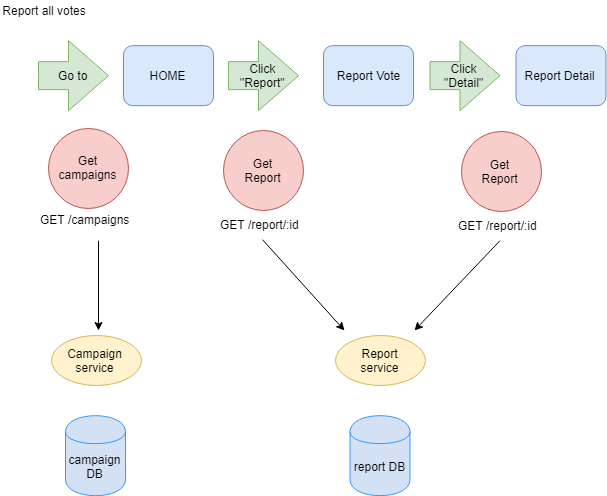
The draw.io diagram wiki-resources/report.png in rubiiruby/SOA2019_Group11, before a commit. Source tidied: cells renumbered, new cells last; positions are measured from the earlier drawing's top-left corner, leaving out a move shared by most shapes.
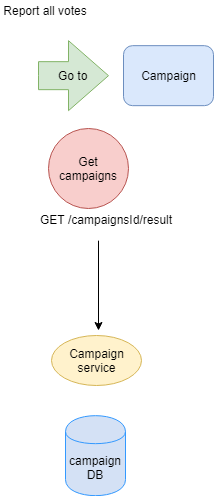
Later version of the same file.

What changed in the source:
```diff
@@ -5,71 +5,29 @@
     <mxCell id="2" value="Go to&lt;br&gt;" style="html=1;shadow=0;dashed=0;align=center;verticalAlign=middle;shape=mxgraph.arrows2.arrow;dy=0.6;dx=40;notch=0;fillColor=#d5e8d4;strokeColor=#82b366;" parent="1" vertex="1">
       <mxGeometry x="38" y="40.2" width="70" height="70" as="geometry" />
     </mxCell>
-    <mxCell id="3" value="HOME&lt;br&gt;" style="rounded=1;whiteSpace=wrap;html=1;fillColor=#dae8fc;strokeColor=#6c8ebf;" parent="1" vertex="1">
+    <mxCell id="3" value="Campaign" style="rounded=1;whiteSpace=wrap;html=1;fillColor=#dae8fc;strokeColor=#6c8ebf;" parent="1" vertex="1">
       <mxGeometry x="123" y="45.2" width="90" height="60" as="geometry" />
     </mxCell>
-    <mxCell id="4" value="Click&lt;br&gt;&quot;Report&quot;&lt;br&gt;" style="html=1;shadow=0;dashed=0;align=center;verticalAlign=middle;shape=mxgraph.arrows2.arrow;dy=0.6;dx=40;notch=0;fillColor=#d5e8d4;strokeColor=#82b366;" parent="1" vertex="1">
-      <mxGeometry x="228" y="40.2" width="70" height="70" as="geometry" />
+    <mxCell id="4" value="Report all votes" style="text;html=1;strokeColor=none;fillColor=none;align=center;verticalAlign=middle;whiteSpace=wrap;rounded=0;" parent="1" vertex="1">
+      <mxGeometry y="0.2" width="88" height="20" as="geometry" />
     </mxCell>
-    <mxCell id="5" value="Report Detail&lt;br&gt;" style="rounded=1;whiteSpace=wrap;html=1;fillColor=#dae8fc;strokeColor=#6c8ebf;" parent="1" vertex="1">
-      <mxGeometry x="515.5" y="45.2" width="90" height="60" as="geometry" />
+    <mxCell id="5" value="Get campaigns&lt;br&gt;" style="ellipse;whiteSpace=wrap;html=1;fillColor=#f8cecc;strokeColor=#b85450;" parent="1" vertex="1">
+      <mxGeometry x="48.2" y="127.7" width="80" height="80" as="geometry" />
     </mxCell>
-    <mxCell id="6" value="Click&lt;br&gt;&quot;Detail&quot;" style="html=1;shadow=0;dashed=0;align=center;verticalAlign=middle;shape=mxgraph.arrows2.arrow;dy=0.6;dx=40;notch=0;fillColor=#d5e8d4;strokeColor=#82b366;" parent="1" vertex="1">
-      <mxGeometry x="429.5" y="40.2" width="70" height="70" as="geometry" />
+    <mxCell id="6" value="GET /campaignsId/result" style="text;html=1;align=left;verticalAlign=top;spacingTop=-4;" parent="1" vertex="1">
+      <mxGeometry x="37.9" y="210.2" width="150" height="20" as="geometry" />
     </mxCell>
-    <mxCell id="7" value="Get&lt;br&gt;Report&lt;br&gt;" style="ellipse;whiteSpace=wrap;html=1;fillColor=#f8cecc;strokeColor=#b85450;" parent="1" vertex="1">
-      <mxGeometry x="223" y="130.2" width="80" height="80" as="geometry" />
+    <mxCell id="7" value="Campaign&lt;br&gt;service&lt;br&gt;" style="ellipse;whiteSpace=wrap;html=1;fillColor=#fff2cc;strokeColor=#d6b656;" parent="1" vertex="1">
+      <mxGeometry x="50.5" y="335.2" width="90" height="50" as="geometry" />
     </mxCell>
-    <mxCell id="8" value="Report all votes" style="text;html=1;strokeColor=none;fillColor=none;align=center;verticalAlign=middle;whiteSpace=wrap;rounded=0;" parent="1" vertex="1">
-      <mxGeometry y="0.2" width="88" height="20" as="geometry" />
+    <mxCell id="8" value="campaign DB" style="shape=cylinder;whiteSpace=wrap;html=1;boundedLbl=1;backgroundOutline=1;fillColor=#D4E1F5;strokeColor=#3399FF;" parent="1" vertex="1">
+      <mxGeometry x="65" y="415.2" width="60" height="80" as="geometry" />
     </mxCell>
-    <mxCell id="9" value="Get campaigns&lt;br&gt;" style="ellipse;whiteSpace=wrap;html=1;fillColor=#f8cecc;strokeColor=#b85450;" parent="1" vertex="1">
-      <mxGeometry x="48.2" y="127.7" width="80" height="80" as="geometry" />
+    <mxCell id="9" style="rounded=0;html=1;jettySize=auto;orthogonalLoop=1;" parent="1" edge="1">
+      <mxGeometry relative="1" as="geometry">
+        <mxPoint x="98" y="240.2" as="sourcePoint" />
+        <mxPoint x="98" y="330" as="targetPoint" />
+      </mxGeometry>
     </mxCell>
-    <mxCell id="10" value="GET /campaigns" style="text;html=1;align=left;verticalAlign=top;spacingTop=-4;" parent="1" vertex="1">
-      <mxGeometry x="37.9" y="210.2" width="100" height="20" as="geometry" />
-    </mxCell>
-    <mxCell id="11" value="GET /report/:id" style="text;html=1;align=left;verticalAlign=top;spacingTop=-4;" parent="1" vertex="1">
-      <mxGeometry x="218" y="215.2" width="90" height="20" as="geometry" />
-    </mxCell>
-    <mxCell id="12" value="Campaign&lt;br&gt;service&lt;br&gt;" style="ellipse;whiteSpace=wrap;html=1;fillColor=#fff2cc;strokeColor=#d6b656;" parent="1" vertex="1">
-      <mxGeometry x="50.5" y="335.2" width="90" height="50" as="geometry" />
-    </mxCell>
-    <mxCell id="13" value="campaign DB" style="shape=cylinder;whiteSpace=wrap;html=1;boundedLbl=1;backgroundOutline=1;fillColor=#D4E1F5;strokeColor=#3399FF;" parent="1" vertex="1">
-      <mxGeometry x="65" y="415.2" width="60" height="80" as="geometry" />
-    </mxCell>
-    <mxCell id="14" style="rounded=0;html=1;jettySize=auto;orthogonalLoop=1;" parent="1" edge="1">
-      <mxGeometry relative="1" as="geometry">
-        <mxPoint x="98" y="240.2" as="sourcePoint" />
-        <mxPoint x="98" y="330" as="targetPoint" />
-      </mxGeometry>
-    </mxCell>
-    <mxCell id="15" style="rounded=0;html=1;jettySize=auto;orthogonalLoop=1;" parent="1" edge="1">
-      <mxGeometry relative="1" as="geometry">
-        <mxPoint x="262" y="239.2" as="sourcePoint" />
-        <mxPoint x="344" y="330" as="targetPoint" />
-      </mxGeometry>
-    </mxCell>
-    <mxCell id="16" value="Report&lt;br&gt;service&lt;br&gt;" style="ellipse;whiteSpace=wrap;html=1;fillColor=#fff2cc;strokeColor=#d6b656;" parent="1" vertex="1">
-      <mxGeometry x="335" y="335.2" width="90" height="50" as="geometry" />
-    </mxCell>
-    <mxCell id="17" value="report DB" style="shape=cylinder;whiteSpace=wrap;html=1;boundedLbl=1;backgroundOutline=1;fillColor=#D4E1F5;strokeColor=#3399FF;" parent="1" vertex="1">
-      <mxGeometry x="349.5" y="415.2" width="60" height="80" as="geometry" />
-    </mxCell>
-    <mxCell id="18" value="Report Vote&lt;br&gt;" style="rounded=1;whiteSpace=wrap;html=1;fillColor=#dae8fc;strokeColor=#6c8ebf;" parent="1" vertex="1">
-      <mxGeometry x="323" y="45.2" width="90" height="60" as="geometry" />
-    </mxCell>
-    <mxCell id="19" value="Get&lt;br&gt;Report&lt;br&gt;" style="ellipse;whiteSpace=wrap;html=1;fillColor=#f8cecc;strokeColor=#b85450;" parent="1" vertex="1">
-      <mxGeometry x="460.5" y="131.2" width="80" height="80" as="geometry" />
-    </mxCell>
-    <mxCell id="20" value="GET /report/:id" style="text;html=1;align=left;verticalAlign=top;spacingTop=-4;" parent="1" vertex="1">
-      <mxGeometry x="455.5" y="216.2" width="90" height="20" as="geometry" />
-    </mxCell>
-    <mxCell id="21" style="rounded=0;html=1;jettySize=auto;orthogonalLoop=1;" parent="1" edge="1">
-      <mxGeometry relative="1" as="geometry">
-        <mxPoint x="499.5" y="240.2" as="sourcePoint" />
-        <mxPoint x="414" y="330" as="targetPoint" />
-      </mxGeometry>
-    </mxCell>
   </root>
 </mxGraphModel>
```
